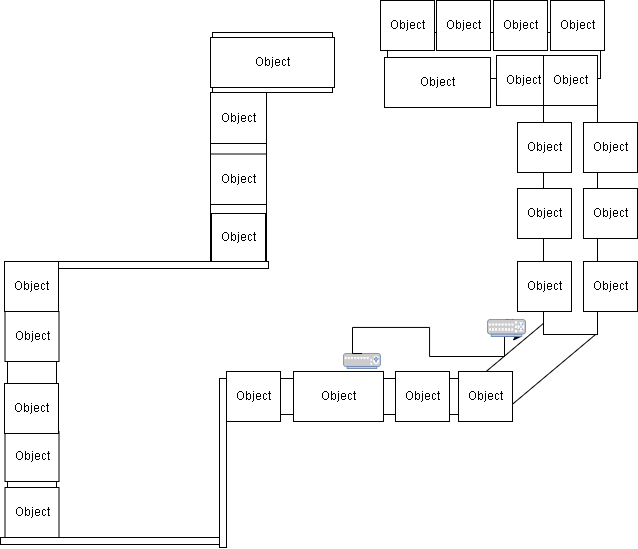
Before: Topologi-pasran-new.drawio.png, a diagram exported from draw.io (Dhaffnavyz/draw.io). Source tidied: cells renumbered, new cells last; positions are measured from the earlier drawing's top-left corner, leaving out a move shared by most shapes.
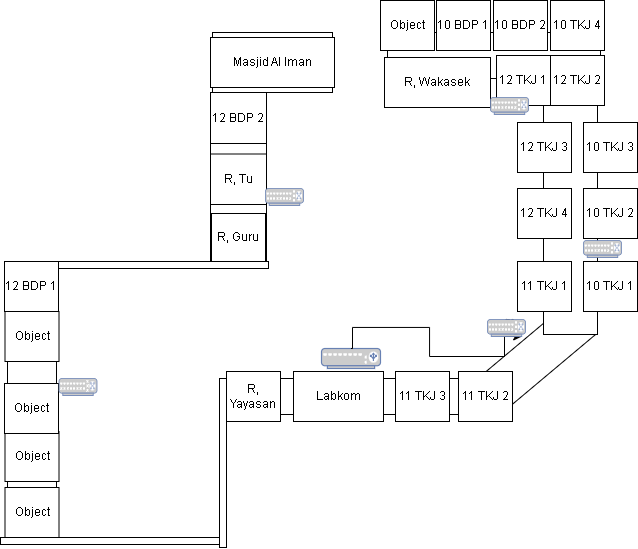
The same file after the commit.

The edit, as a diff of the source:
```diff
@@ -38,18 +38,18 @@
       </mxGeometry>
     </mxCell>
     <mxCell id="13" style="fontColor=#0066CC;verticalAlign=top;verticalLabelPosition=bottom;labelPosition=center;align=center;html=1;outlineConnect=0;fillColor=#CCCCCC;strokeColor=#6881B3;gradientColor=none;gradientDirection=north;strokeWidth=2;shape=mxgraph.networks.load_balancer;fontSize=16;" parent="1" vertex="1">
-      <mxGeometry x="343" y="353" width="37" height="15" as="geometry" />
+      <mxGeometry x="321" y="348" width="59" height="20" as="geometry" />
     </mxCell>
-    <mxCell id="14" value="Object" style="html=1;whiteSpace=wrap;" parent="1" vertex="1">
+    <mxCell id="14" value="12 BDP 2" style="html=1;whiteSpace=wrap;" parent="1" vertex="1">
       <mxGeometry x="210" y="92" width="56" height="51" as="geometry" />
     </mxCell>
-    <mxCell id="15" value="Object" style="html=1;whiteSpace=wrap;" parent="1" vertex="1">
+    <mxCell id="15" value="R, Tu" style="html=1;whiteSpace=wrap;" parent="1" vertex="1">
       <mxGeometry x="210" y="153.5" width="56" height="50.5" as="geometry" />
     </mxCell>
-    <mxCell id="16" value="Object" style="html=1;whiteSpace=wrap;" parent="1" vertex="1">
+    <mxCell id="16" value="R, Guru" style="html=1;whiteSpace=wrap;" parent="1" vertex="1">
       <mxGeometry x="211" y="213" width="54" height="48" as="geometry" />
     </mxCell>
-    <mxCell id="17" value="Object" style="html=1;whiteSpace=wrap;" parent="1" vertex="1">
+    <mxCell id="17" value="12 BDP 1" style="html=1;whiteSpace=wrap;" parent="1" vertex="1">
       <mxGeometry x="4" y="261" width="54" height="50" as="geometry" />
     </mxCell>
     <mxCell id="18" value="Object" style="html=1;whiteSpace=wrap;" parent="1" vertex="1">
@@ -64,58 +64,58 @@
     <mxCell id="21" value="Object" style="html=1;whiteSpace=wrap;" parent="1" vertex="1">
       <mxGeometry x="4.5" y="487" width="54" height="50" as="geometry" />
     </mxCell>
-    <mxCell id="22" value="Object" style="html=1;whiteSpace=wrap;" parent="1" vertex="1">
+    <mxCell id="22" value="Masjid Al Iman" style="html=1;whiteSpace=wrap;" parent="1" vertex="1">
       <mxGeometry x="210" y="37" width="124" height="50" as="geometry" />
     </mxCell>
-    <mxCell id="23" value="Object" style="html=1;whiteSpace=wrap;" parent="1" vertex="1">
+    <mxCell id="23" value="R, Wakasek" style="html=1;whiteSpace=wrap;" parent="1" vertex="1">
       <mxGeometry x="384" y="57" width="106" height="50" as="geometry" />
     </mxCell>
-    <mxCell id="24" value="Object" style="html=1;whiteSpace=wrap;" parent="1" vertex="1">
+    <mxCell id="24" value="12 TKJ 1" style="html=1;whiteSpace=wrap;" parent="1" vertex="1">
       <mxGeometry x="496" y="55" width="54" height="50" as="geometry" />
     </mxCell>
-    <mxCell id="25" value="Object" style="html=1;whiteSpace=wrap;" parent="1" vertex="1">
-      <mxGeometry x="543" y="55" width="54" height="50" as="geometry" />
+    <mxCell id="25" value="12 TKJ 2" style="html=1;whiteSpace=wrap;" parent="1" vertex="1">
+      <mxGeometry x="550" y="55" width="54" height="50" as="geometry" />
     </mxCell>
-    <mxCell id="26" value="Object" style="html=1;whiteSpace=wrap;" parent="1" vertex="1">
+    <mxCell id="26" value="12 TKJ 3" style="html=1;whiteSpace=wrap;" parent="1" vertex="1">
       <mxGeometry x="517" y="122" width="54" height="50" as="geometry" />
     </mxCell>
-    <mxCell id="27" value="Object" style="html=1;whiteSpace=wrap;" parent="1" vertex="1">
+    <mxCell id="27" value="12 TKJ 4" style="html=1;whiteSpace=wrap;" parent="1" vertex="1">
       <mxGeometry x="517" y="188" width="54" height="50" as="geometry" />
     </mxCell>
-    <mxCell id="28" value="Object" style="html=1;whiteSpace=wrap;" parent="1" vertex="1">
+    <mxCell id="28" value="11 TKJ 1" style="html=1;whiteSpace=wrap;" parent="1" vertex="1">
       <mxGeometry x="517" y="261" width="54" height="50" as="geometry" />
     </mxCell>
-    <mxCell id="29" value="Object" style="html=1;whiteSpace=wrap;" parent="1" vertex="1">
+    <mxCell id="29" value="10 TKJ 3" style="html=1;whiteSpace=wrap;" parent="1" vertex="1">
       <mxGeometry x="583" y="122" width="54" height="50" as="geometry" />
     </mxCell>
-    <mxCell id="30" value="Object" style="html=1;whiteSpace=wrap;" parent="1" vertex="1">
+    <mxCell id="30" value="10 TKJ 2" style="html=1;whiteSpace=wrap;" parent="1" vertex="1">
       <mxGeometry x="583" y="188" width="54" height="50" as="geometry" />
     </mxCell>
-    <mxCell id="31" value="Object" style="html=1;whiteSpace=wrap;" parent="1" vertex="1">
+    <mxCell id="31" value="10 TKJ 1" style="html=1;whiteSpace=wrap;" parent="1" vertex="1">
       <mxGeometry x="583" y="261" width="54" height="50" as="geometry" />
     </mxCell>
-    <mxCell id="32" value="Object" style="html=1;whiteSpace=wrap;" parent="1" vertex="1">
+    <mxCell id="32" value="10 BDP 1" style="html=1;whiteSpace=wrap;" parent="1" vertex="1">
       <mxGeometry x="436" width="54" height="50" as="geometry" />
     </mxCell>
-    <mxCell id="33" value="Object" style="html=1;whiteSpace=wrap;" parent="1" vertex="1">
+    <mxCell id="33" value="10 BDP 2" style="html=1;whiteSpace=wrap;" parent="1" vertex="1">
       <mxGeometry x="493" width="54" height="50" as="geometry" />
     </mxCell>
-    <mxCell id="34" value="Object" style="html=1;whiteSpace=wrap;" parent="1" vertex="1">
+    <mxCell id="34" value="10 TKJ 4" style="html=1;whiteSpace=wrap;" parent="1" vertex="1">
       <mxGeometry x="550" width="54" height="50" as="geometry" />
     </mxCell>
     <mxCell id="35" value="Object" style="html=1;whiteSpace=wrap;" parent="1" vertex="1">
       <mxGeometry x="380" width="54" height="50" as="geometry" />
     </mxCell>
-    <mxCell id="36" value="Object" style="html=1;whiteSpace=wrap;" parent="1" vertex="1">
+    <mxCell id="36" value="R, Yayasan" style="html=1;whiteSpace=wrap;" parent="1" vertex="1">
       <mxGeometry x="226" y="371" width="54" height="50" as="geometry" />
     </mxCell>
-    <mxCell id="37" value="Object" style="html=1;whiteSpace=wrap;" parent="1" vertex="1">
+    <mxCell id="37" value="Labkom" style="html=1;whiteSpace=wrap;" parent="1" vertex="1">
       <mxGeometry x="293" y="371" width="90" height="50" as="geometry" />
     </mxCell>
-    <mxCell id="38" value="Object" style="html=1;whiteSpace=wrap;" parent="1" vertex="1">
+    <mxCell id="38" value="11 TKJ 3" style="html=1;whiteSpace=wrap;" parent="1" vertex="1">
       <mxGeometry x="395" y="371" width="54" height="50" as="geometry" />
     </mxCell>
-    <mxCell id="39" value="Object" style="html=1;whiteSpace=wrap;" parent="1" vertex="1">
+    <mxCell id="39" value="11 TKJ 2" style="html=1;whiteSpace=wrap;" parent="1" vertex="1">
       <mxGeometry x="458" y="371" width="54" height="50" as="geometry" />
     </mxCell>
     <mxCell id="40" style="edgeStyle=orthogonalEdgeStyle;rounded=0;jettySize=auto;html=1;exitX=0.5;exitY=0;exitDx=0;exitDy=0;exitPerimeter=0;entryX=0.9;entryY=1;entryDx=0;entryDy=0;entryPerimeter=0;" parent="1" edge="1" source="13" target="41">
@@ -132,5 +132,17 @@
     <mxCell id="41" style="fontColor=#0066CC;verticalAlign=top;verticalLabelPosition=bottom;labelPosition=center;align=center;html=1;outlineConnect=0;fillColor=#CCCCCC;strokeColor=#6881B3;gradientColor=none;gradientDirection=north;strokeWidth=2;shape=mxgraph.networks.switch;" parent="1" vertex="1">
       <mxGeometry x="487" y="319" width="38" height="17" as="geometry" />
     </mxCell>
+    <mxCell id="42" style="fontColor=#0066CC;verticalAlign=top;verticalLabelPosition=bottom;labelPosition=center;align=center;html=1;fillColor=#CCCCCC;strokeColor=#6881B3;gradientColor=none;gradientDirection=north;strokeWidth=2;shape=mxgraph.networks.switch;" parent="1" vertex="1">
+      <mxGeometry x="58.5" y="378" width="38" height="17" as="geometry" />
+    </mxCell>
+    <mxCell id="43" style="fontColor=#0066CC;verticalAlign=top;verticalLabelPosition=bottom;labelPosition=center;align=center;html=1;fillColor=#CCCCCC;strokeColor=#6881B3;gradientColor=none;gradientDirection=north;strokeWidth=2;shape=mxgraph.networks.switch;" parent="1" vertex="1">
+      <mxGeometry x="265" y="188" width="38" height="17" as="geometry" />
+    </mxCell>
+    <mxCell id="44" style="fontColor=#0066CC;verticalAlign=top;verticalLabelPosition=bottom;labelPosition=center;align=center;html=1;fillColor=#CCCCCC;strokeColor=#6881B3;gradientColor=none;gradientDirection=north;strokeWidth=2;shape=mxgraph.networks.switch;" parent="1" vertex="1">
+      <mxGeometry x="490" y="97" width="38" height="17" as="geometry" />
+    </mxCell>
+    <mxCell id="45" style="fontColor=#0066CC;verticalAlign=top;verticalLabelPosition=bottom;labelPosition=center;align=center;html=1;fillColor=#CCCCCC;strokeColor=#6881B3;gradientColor=none;gradientDirection=north;strokeWidth=2;shape=mxgraph.networks.switch;" parent="1" vertex="1">
+      <mxGeometry x="583" y="240" width="38" height="17" as="geometry" />
+    </mxCell>
   </root>
 </mxGraphModel>
```
